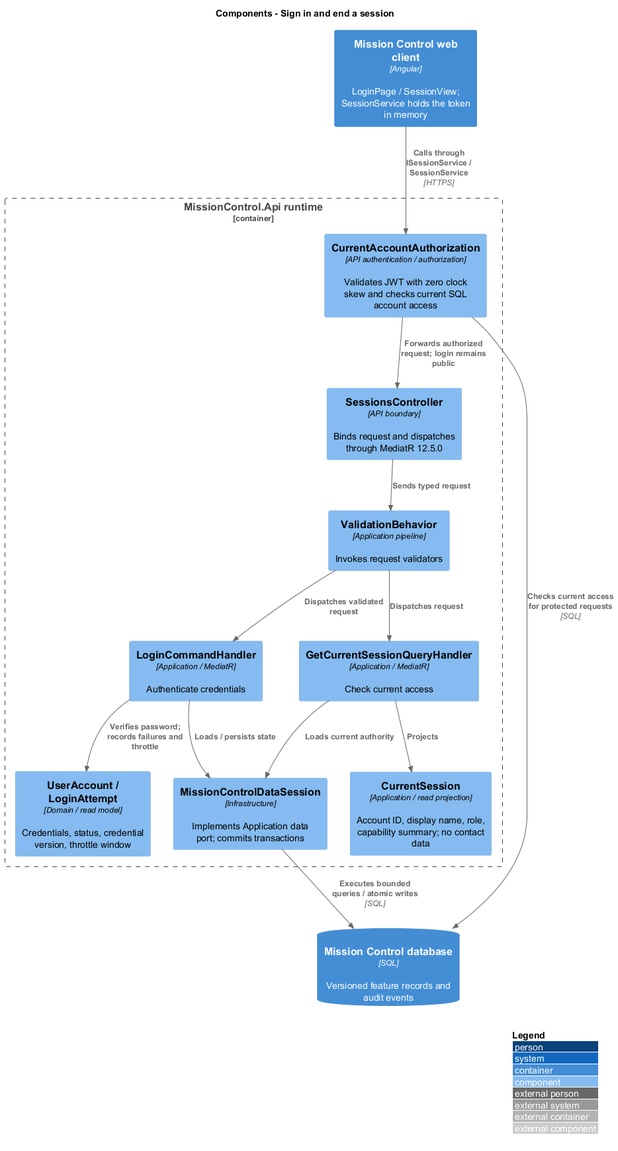
The PlantUML diagram docs/detailed-designs/identity/sign-in-and-end-session/diagrams/c4-component.png in QuinntyneBrown/mission-control, before a commit.
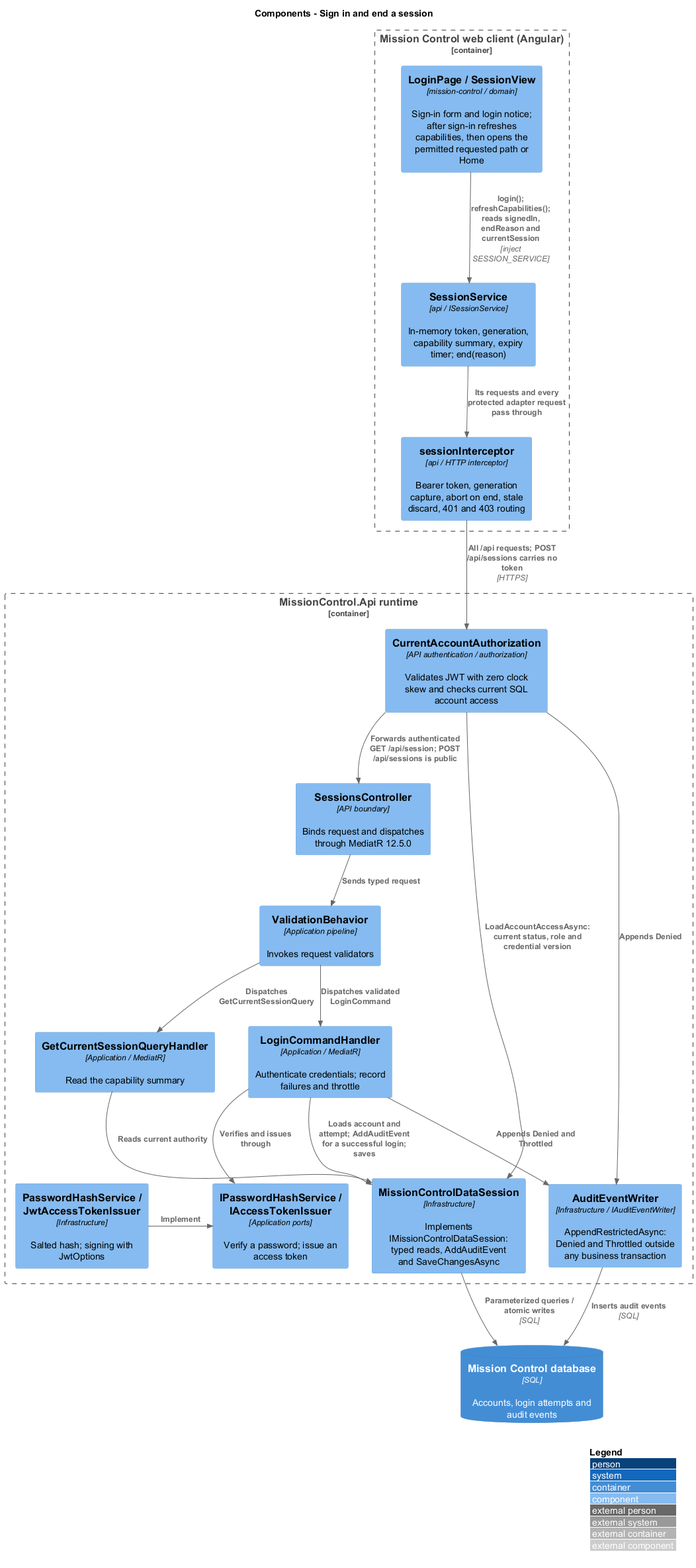
The same file after the commit.

The edit, as a diff of the source:
```diff
@@ -2,27 +2,37 @@
 !include <C4/C4_Component>
 LAYOUT_WITH_LEGEND()
 title Components - Sign in and end a session
-Container(web, "Mission Control web client", "Angular", "LoginPage / SessionView; SessionService holds the token in memory")
-ContainerDb(db, "Mission Control database", "SQL", "Versioned feature records and audit events")
+Container_Boundary(web, "Mission Control web client (Angular)") {
+  Component(login, "LoginPage / SessionView", "mission-control / domain", "Sign-in form and login notice; after sign-in refreshes capabilities, then opens the permitted requested path or Home")
+  Component(session, "SessionService", "api / ISessionService", "In-memory token, generation, capability summary, expiry timer; end(reason)")
+  Component(icpt, "sessionInterceptor", "api / HTTP interceptor", "Bearer token, generation capture, abort on end, stale discard, 401 and 403 routing")
+}
+ContainerDb(db, "Mission Control database", "SQL", "Accounts, login attempts and audit events")
 Container_Boundary(api, "MissionControl.Api runtime") {
+  Component(access, "CurrentAccountAuthorization", "API authentication / authorization", "Validates JWT with zero clock skew and checks current SQL account access")
   Component(ctrl, "SessionsController", "API boundary", "Binds request and dispatches through MediatR 12.5.0")
-  Component(access, "CurrentAccountAuthorization", "API authentication / authorization", "Validates JWT with zero clock skew and checks current SQL account access")
   Component(validation, "ValidationBehavior", "Application pipeline", "Invokes request validators")
-  Component(entity, "UserAccount / LoginAttempt", "Domain / read model", "Credentials, status, credential version, throttle window")
-  Component(projection, "CurrentSession", "Application / read projection", "Account ID, display name, role, capability summary; no contact data")
-  Component(store, "MissionControlDataSession", "Infrastructure", "Implements Application data port; commits transactions")
-Rel(web, access, "Calls through ISessionService / SessionService", "HTTPS")
-Rel(access, db, "Checks current access for protected requests", "SQL")
-Rel(access, ctrl, "Forwards authorized request; login remains public")
+  Component(h0, "LoginCommandHandler", "Application / MediatR", "Authenticate credentials; record failures and throttle")
+  Component(h1, "GetCurrentSessionQueryHandler", "Application / MediatR", "Read the capability summary")
+  Component(ports, "IPasswordHashService / IAccessTokenIssuer", "Application ports", "Verify a password; issue an access token")
+  Component(adapters, "PasswordHashService / JwtAccessTokenIssuer", "Infrastructure", "Salted hash; signing with JwtOptions")
+  Component(store, "MissionControlDataSession", "Infrastructure", "Implements IMissionControlDataSession: typed reads, AddAuditEvent and SaveChangesAsync")
+  Component(audit, "AuditEventWriter", "Infrastructure / IAuditEventWriter", "AppendRestrictedAsync: Denied and Throttled outside any business transaction")
+}
+Rel(login, session, "login(); refreshCapabilities(); reads signedIn, endReason and currentSession", "inject SESSION_SERVICE")
+Rel(session, icpt, "Its requests and every protected adapter request pass through")
+Rel(icpt, access, "All /api requests; POST /api/sessions carries no token", "HTTPS")
+Rel(access, store, "LoadAccountAccessAsync: current status, role and credential version")
+Rel(access, audit, "Appends Denied")
+Rel(access, ctrl, "Forwards authenticated GET /api/session; POST /api/sessions is public")
 Rel(ctrl, validation, "Sends typed request")
-Component(h0, "LoginCommandHandler", "Application / MediatR", "Authenticate credentials")
-Rel(validation, h0, "Dispatches validated request")
-Rel(h0, entity, "Verifies password; records failures and throttle")
-Rel(h0, store, "Loads / persists state")
-Component(h1, "GetCurrentSessionQueryHandler", "Application / MediatR", "Check current access")
-Rel(validation, h1, "Dispatches request")
-Rel(h1, projection, "Projects")
-Rel(h1, store, "Loads current authority")
-}
-Rel(store, db, "Executes bounded queries / atomic writes", "SQL")
+Rel(validation, h0, "Dispatches validated LoginCommand")
+Rel(validation, h1, "Dispatches GetCurrentSessionQuery")
+Rel(h0, ports, "Verifies and issues through")
+Rel_R(adapters, ports, "Implement")
+Rel(h0, store, "Loads account and attempt; AddAuditEvent for a successful login; saves")
+Rel(h0, audit, "Appends Denied and Throttled")
+Rel(h1, store, "Reads current authority")
+Rel(store, db, "Parameterized queries / atomic writes", "SQL")
+Rel(audit, db, "Inserts audit events", "SQL")
 @enduml
```
